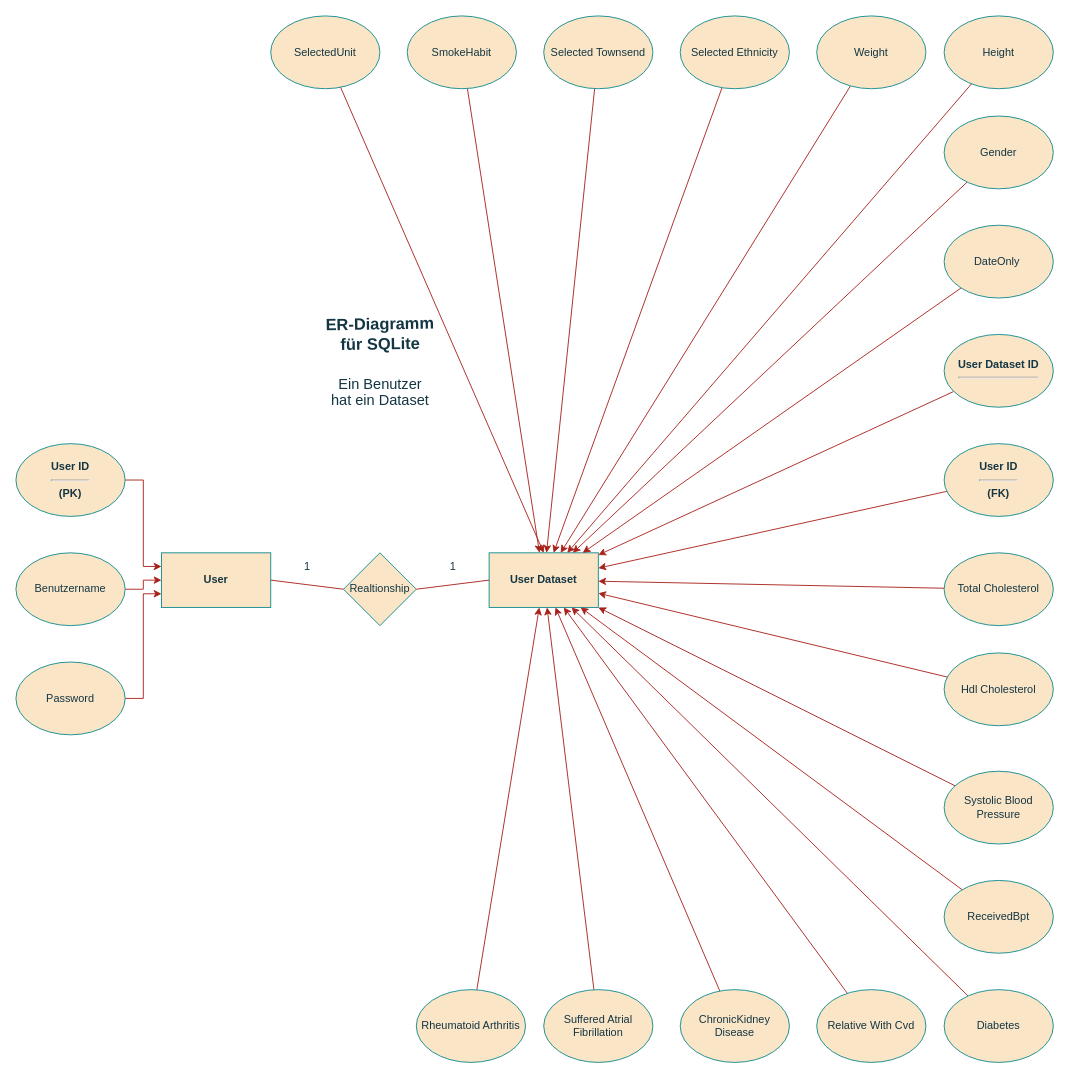
PythonPokemon/Draw.io keeps this draw.io diagram as CardioVaskular_ER_Diagramm.drawio. Above is the earlier version. Source tidied: cells renumbered, new cells numbered last; positions are measured from the earlier drawing's top-left corner, leaving out a move shared by most shapes. Both pictures are drawn from the tidied source at 91%, with x=0, y=0 at pixel (15, 15).
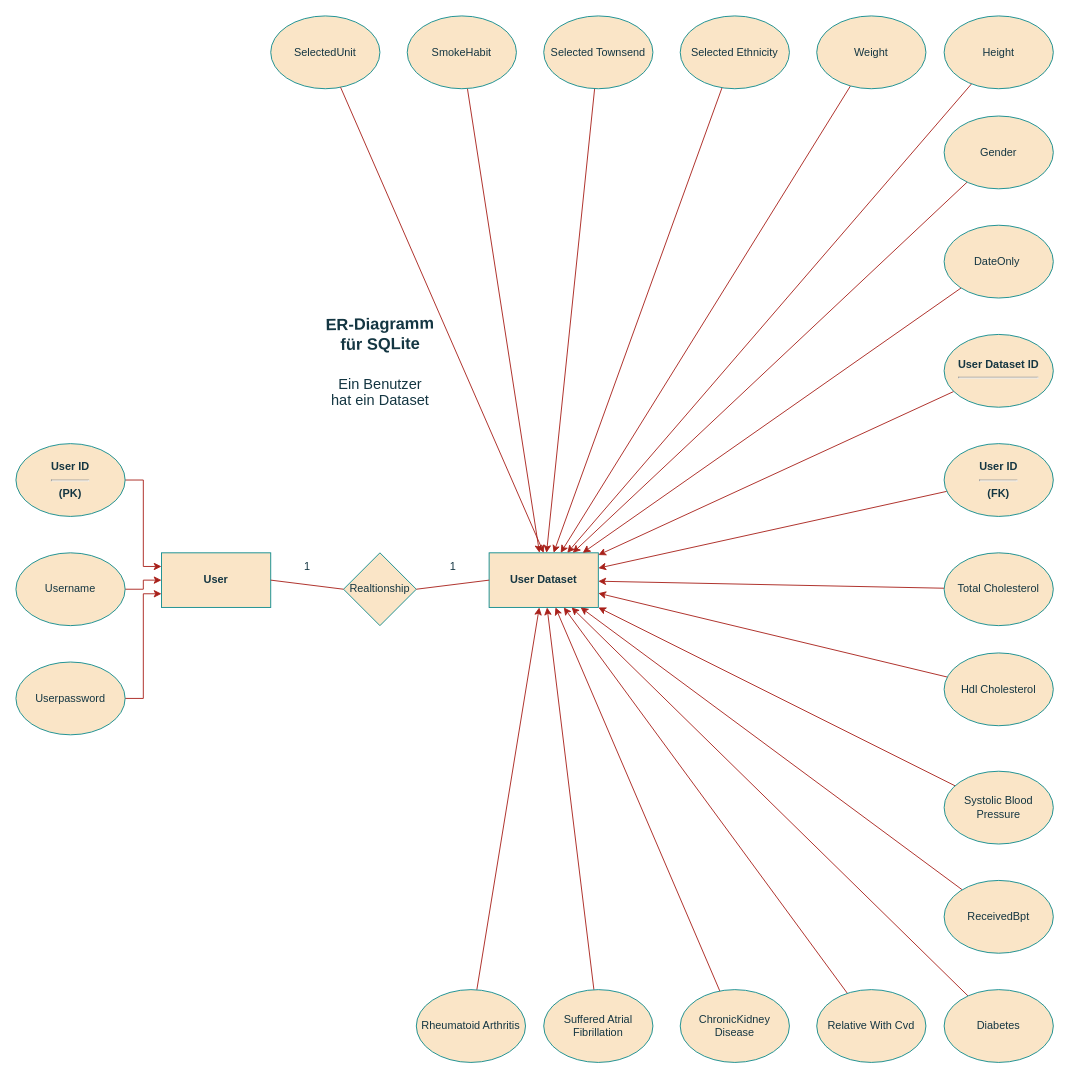
Above is the later version.

Change to the diagram source:
```diff
@@
-    <mxCell id="4" value="Benutzername" style="ellipse;whiteSpace=wrap;html=1;labelBackgroundColor=none;fillColor=#FAE5C7;strokeColor=#0F8B8D;fontColor=#143642;" parent="1" vertex="1">
+    <mxCell id="4" value="Username" style="ellipse;whiteSpace=wrap;html=1;labelBackgroundColor=none;fillColor=#FAE5C7;strokeColor=#0F8B8D;fontColor=#143642;" parent="1" vertex="1">
       <mxGeometry y="590" width="120" height="80" as="geometry" />
     </mxCell>
@@
-    <mxCell id="14" value="Password" style="ellipse;whiteSpace=wrap;html=1;labelBackgroundColor=none;fillColor=#FAE5C7;strokeColor=#0F8B8D;fontColor=#143642;" parent="1" vertex="1">
+    <mxCell id="14" value="Userpassword" style="ellipse;whiteSpace=wrap;html=1;labelBackgroundColor=none;fillColor=#FAE5C7;strokeColor=#0F8B8D;fontColor=#143642;" parent="1" vertex="1">
       <mxGeometry y="710" width="120" height="80" as="geometry" />
     </mxCell>
```
